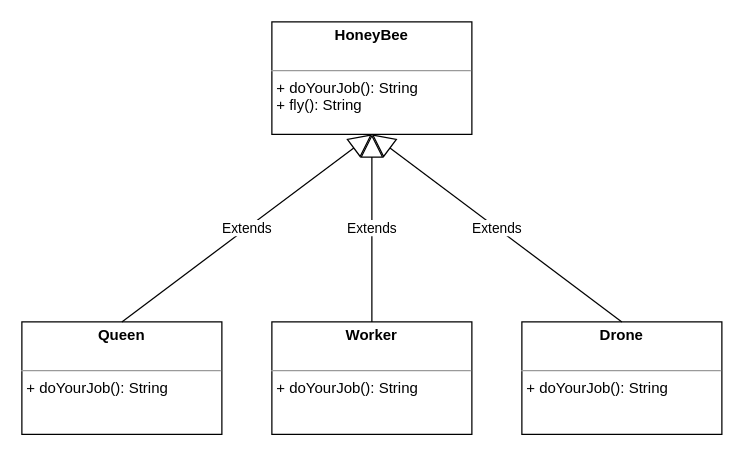
Above: page "HoneyBee" (1 of 2) of hb_abstract.drawio in PhlohOOP/07b_HoneyBee_Abstract (draw.io), before the change. Source tidied: cells renumbered, new cells numbered last; positions are measured from the earlier drawing's top-left corner, leaving out a move shared by most shapes. Both pictures are drawn from the tidied source at 125%, with x=0, y=0 at pixel (21, 21).
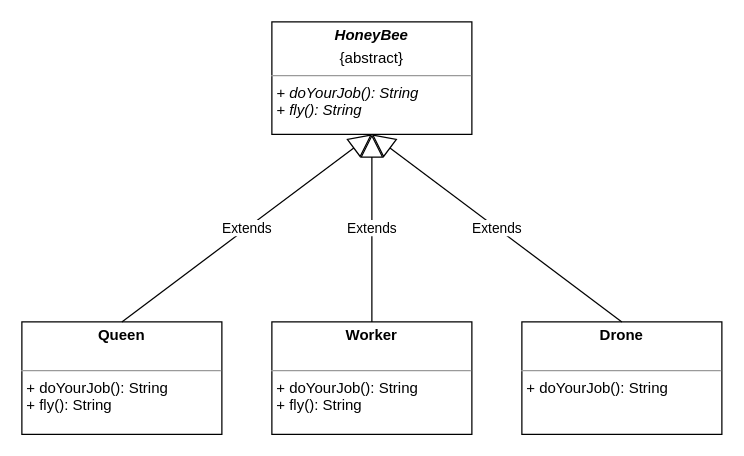
Above is the later version.

Change to the diagram source:
```diff
@@
 <mxGraphModel>
   <root>
     <mxCell id="0" />
     <mxCell id="1" parent="0" />
-    <mxCell id="2" value="&lt;p style=&quot;margin: 0px ; margin-top: 4px ; text-align: center&quot;&gt;&lt;b&gt;HoneyBee&lt;/b&gt;&lt;/p&gt;&lt;p style=&quot;margin: 0px ; margin-left: 4px&quot;&gt;&lt;br&gt;&lt;/p&gt;&lt;hr size=&quot;1&quot;&gt;&lt;p style=&quot;margin: 0px ; margin-left: 4px&quot;&gt;+ doYourJob(): String&lt;/p&gt;&lt;p style=&quot;margin: 0px ; margin-left: 4px&quot;&gt;+ fly(): String&lt;/p&gt;" style="verticalAlign=top;align=left;overflow=fill;fontSize=12;fontFamily=Helvetica;html=1;" parent="1" vertex="1">
+    <mxCell id="2" value="&lt;p style=&quot;margin: 0px ; margin-top: 4px ; text-align: center&quot;&gt;&lt;b&gt;&lt;i&gt;HoneyBee&lt;/i&gt;&lt;/b&gt;&lt;/p&gt;&lt;p style=&quot;margin: 0px ; margin-top: 4px ; text-align: center&quot;&gt;{abstract}&lt;/p&gt;&lt;hr size=&quot;1&quot;&gt;&lt;p style=&quot;margin: 0px ; margin-left: 4px&quot;&gt;&lt;i&gt;+ doYourJob(): String&lt;/i&gt;&lt;/p&gt;&lt;p style=&quot;margin: 0px ; margin-left: 4px&quot;&gt;&lt;i&gt;+ fly(): String&lt;/i&gt;&lt;/p&gt;" style="verticalAlign=top;align=left;overflow=fill;fontSize=12;fontFamily=Helvetica;html=1;" parent="1" vertex="1">
       <mxGeometry x="200" width="160" height="90" as="geometry" />
     </mxCell>
-    <mxCell id="3" value="&lt;p style=&quot;margin: 0px ; margin-top: 4px ; text-align: center&quot;&gt;&lt;b&gt;Queen&lt;/b&gt;&lt;/p&gt;&lt;p style=&quot;margin: 0px ; margin-left: 4px&quot;&gt;&lt;br&gt;&lt;/p&gt;&lt;hr size=&quot;1&quot;&gt;&lt;p style=&quot;margin: 0px ; margin-left: 4px&quot;&gt;+ doYourJob(): String&lt;br&gt;&lt;/p&gt;" style="verticalAlign=top;align=left;overflow=fill;fontSize=12;fontFamily=Helvetica;html=1;" parent="1" vertex="1">
+    <mxCell id="3" value="&lt;p style=&quot;margin: 0px ; margin-top: 4px ; text-align: center&quot;&gt;&lt;b&gt;Queen&lt;/b&gt;&lt;/p&gt;&lt;p style=&quot;margin: 0px ; margin-left: 4px&quot;&gt;&lt;br&gt;&lt;/p&gt;&lt;hr size=&quot;1&quot;&gt;&lt;p style=&quot;margin: 0px ; margin-left: 4px&quot;&gt;+ doYourJob(): String&lt;br&gt;&lt;/p&gt;&lt;p style=&quot;margin: 0px ; margin-left: 4px&quot;&gt;+ fly(): String&lt;br&gt;&lt;/p&gt;" style="verticalAlign=top;align=left;overflow=fill;fontSize=12;fontFamily=Helvetica;html=1;" parent="1" vertex="1">
       <mxGeometry y="240" width="160" height="90" as="geometry" />
     </mxCell>
     <mxCell id="4" value="Extends" style="endArrow=block;endSize=16;endFill=0;html=1;exitX=0.5;exitY=0;exitDx=0;exitDy=0;entryX=0.5;entryY=1;entryDx=0;entryDy=0;" parent="1" edge="1" source="3" target="2">
       <mxGeometry relative="1" as="geometry" />
     </mxCell>
-    <mxCell id="5" value="&lt;p style=&quot;margin: 0px ; margin-top: 4px ; text-align: center&quot;&gt;&lt;b&gt;Worker&lt;/b&gt;&lt;/p&gt;&lt;p style=&quot;margin: 0px ; margin-left: 4px&quot;&gt;&lt;br&gt;&lt;/p&gt;&lt;hr size=&quot;1&quot;&gt;&lt;p style=&quot;margin: 0px ; margin-left: 4px&quot;&gt;+ doYourJob(): String&lt;br&gt;&lt;/p&gt;" style="verticalAlign=top;align=left;overflow=fill;fontSize=12;fontFamily=Helvetica;html=1;" parent="1" vertex="1">
+    <mxCell id="5" value="&lt;p style=&quot;margin: 0px ; margin-top: 4px ; text-align: center&quot;&gt;&lt;b&gt;Worker&lt;/b&gt;&lt;/p&gt;&lt;p style=&quot;margin: 0px ; margin-left: 4px&quot;&gt;&lt;br&gt;&lt;/p&gt;&lt;hr size=&quot;1&quot;&gt;&lt;p style=&quot;margin: 0px ; margin-left: 4px&quot;&gt;+ doYourJob(): String&lt;br&gt;&lt;/p&gt;&lt;p style=&quot;margin: 0px ; margin-left: 4px&quot;&gt;+ fly(): String&lt;br&gt;&lt;/p&gt;" style="verticalAlign=top;align=left;overflow=fill;fontSize=12;fontFamily=Helvetica;html=1;" parent="1" vertex="1">
       <mxGeometry x="200" y="240" width="160" height="90" as="geometry" />
     </mxCell>
     <mxCell id="6" value="&lt;p style=&quot;margin: 0px ; margin-top: 4px ; text-align: center&quot;&gt;&lt;b&gt;Drone&lt;/b&gt;&lt;/p&gt;&lt;p style=&quot;margin: 0px ; margin-left: 4px&quot;&gt;&lt;br&gt;&lt;/p&gt;&lt;hr size=&quot;1&quot;&gt;&lt;p style=&quot;margin: 0px ; margin-left: 4px&quot;&gt;+ doYourJob(): String&lt;br&gt;&lt;/p&gt;" style="verticalAlign=top;align=left;overflow=fill;fontSize=12;fontFamily=Helvetica;html=1;" parent="1" vertex="1">
       <mxGeometry x="400" y="240" width="160" height="90" as="geometry" />
     </mxCell>
     <mxCell id="7" value="Extends" style="endArrow=block;endSize=16;endFill=0;html=1;exitX=0.5;exitY=0;exitDx=0;exitDy=0;entryX=0.5;entryY=1;entryDx=0;entryDy=0;" parent="1" edge="1" source="5" target="2">
       <mxGeometry relative="1" as="geometry" />
     </mxCell>
     <mxCell id="8" value="Extends" style="endArrow=block;endSize=16;endFill=0;html=1;exitX=0.5;exitY=0;exitDx=0;exitDy=0;entryX=0.5;entryY=1;entryDx=0;entryDy=0;" parent="1" edge="1" source="6" target="2">
       <mxGeometry relative="1" as="geometry" />
     </mxCell>
   </root>
 </mxGraphModel>
```
